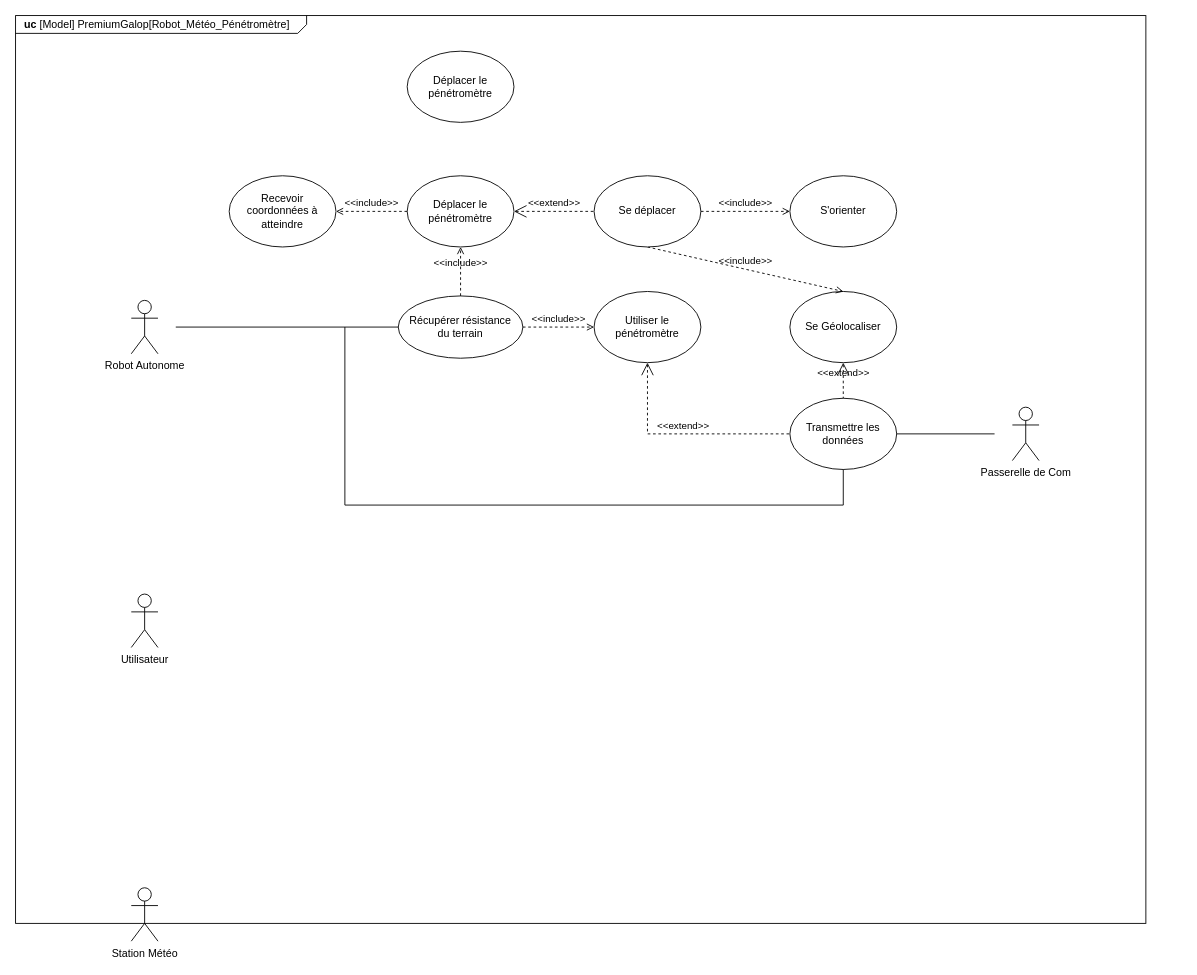
Before: SYSML/UseCaseRobot.drawio in ToGen49/Hippodrome, a draw.io diagram. Source tidied: cells renumbered, new cells numbered last; positions are measured from the earlier drawing's top-left corner, leaving out a move shared by most shapes. Both pictures are drawn from the tidied source at 89%, with x=0, y=0 at pixel (15, 15).
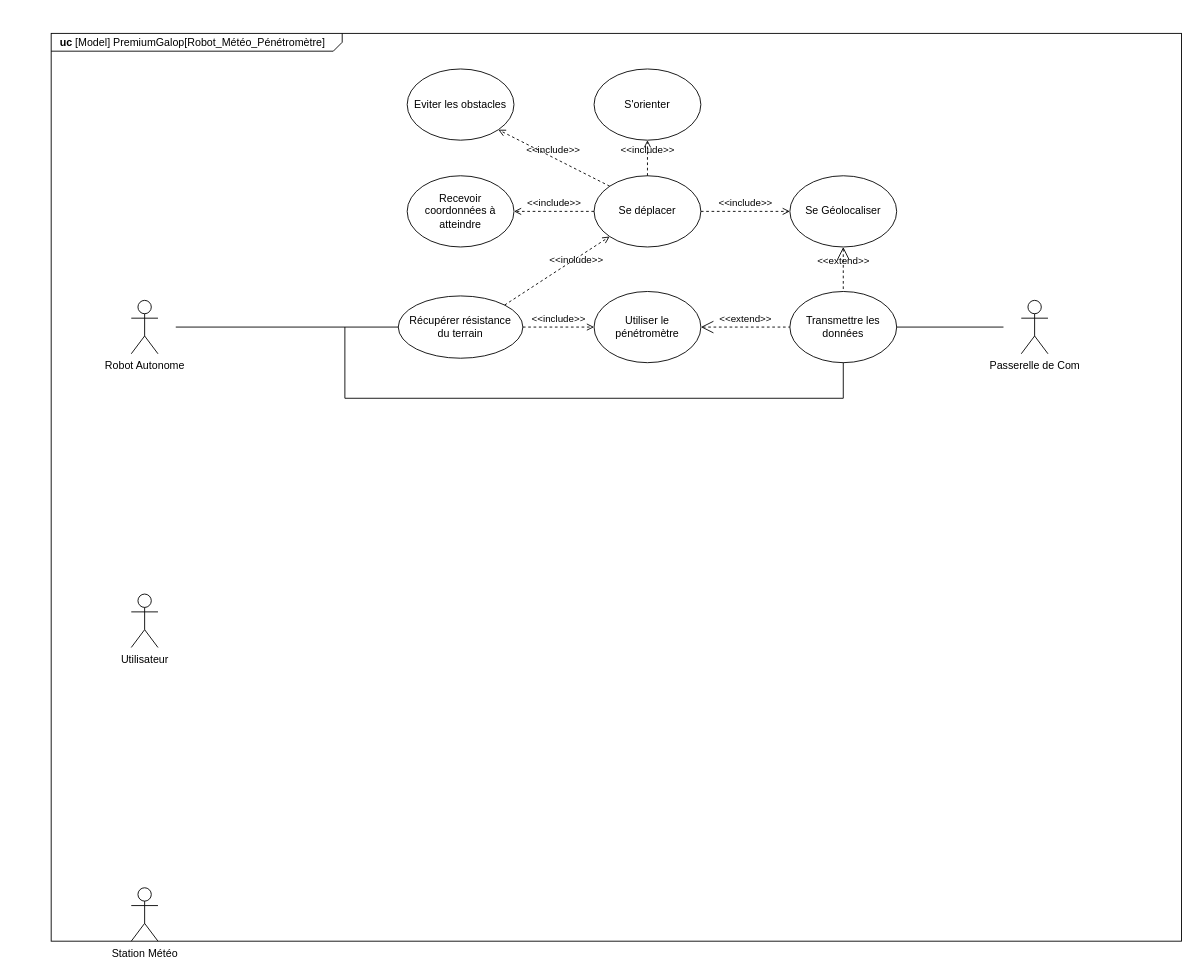
Above is the later version.

Commit message:
Mettre à jour UseCaseRobot.drawio

Unchanged cells that the change refers to:
```xml
<mxCell id="5" value="Récupérer résistance&lt;br&gt;du terrain" style="ellipse;whiteSpace=wrap;html=1;" parent="1" vertex="1">
  <mxGeometry x="430" y="315" width="140" height="70" as="geometry" />
</mxCell>
<mxCell id="13" value="Se déplacer" style="ellipse;whiteSpace=wrap;html=1;" parent="1" vertex="1">
  <mxGeometry x="650" y="180" width="120" height="80" as="geometry" />
</mxCell>
<mxCell id="20" value="Utiliser le pénétromètre" style="ellipse;whiteSpace=wrap;html=1;" parent="1" vertex="1">
  <mxGeometry x="650" y="310" width="120" height="80" as="geometry" />
</mxCell>
```

Change to the diagram source:
```diff
@@
     <mxCell id="2" value="&lt;p style=&quot;margin: 0px ; margin-top: 4px ; margin-left: 10px ; text-align: left&quot;&gt;&lt;b&gt;uc&lt;/b&gt;&amp;nbsp;[Model] PremiumGalop[Robot_Météo_Pénétromètre]&lt;/p&gt;" style="html=1;strokeWidth=1;shape=mxgraph.sysml.package;html=1;overflow=fill;whiteSpace=wrap;fillColor=none;gradientColor=none;fontSize=12;align=center;labelX=327.64;" parent="1" vertex="1">
-      <mxGeometry width="1270" height="1020" as="geometry" />
+      <mxGeometry x="40" y="20" width="1270" height="1020" as="geometry" />
     </mxCell>
@@
-    <mxCell id="8" value="Déplacer le pénétromètre" style="ellipse;whiteSpace=wrap;html=1;" parent="1" vertex="1">
-      <mxGeometry x="440" y="180" width="120" height="80" as="geometry" />
-    </mxCell>
-    <mxCell id="9" value="&amp;lt;&amp;lt;include&amp;gt;&amp;gt;" style="edgeStyle=none;html=1;endArrow=open;verticalAlign=bottom;dashed=1;labelBackgroundColor=none;rounded=0;exitX=0.5;exitY=0;exitDx=0;exitDy=0;entryX=0.5;entryY=1;entryDx=0;entryDy=0;" parent="1" edge="1" source="5" target="8">
-      <mxGeometry x="0.01" relative="1" as="geometry" />
+    <mxCell id="9" value="&amp;lt;&amp;lt;include&amp;gt;&amp;gt;" style="edgeStyle=none;html=1;endArrow=open;verticalAlign=bottom;dashed=1;labelBackgroundColor=none;rounded=0;exitX=1;exitY=0;exitDx=0;exitDy=0;entryX=0;entryY=1;entryDx=0;entryDy=0;" parent="1" edge="1" source="5" target="13">
+      <mxGeometry x="0.27" y="-10" relative="1" as="geometry" />
     </mxCell>
     <mxCell id="10" value="S'orienter" style="ellipse;whiteSpace=wrap;html=1;" parent="1" vertex="1">
-      <mxGeometry x="870" y="180" width="120" height="80" as="geometry" />
+      <mxGeometry x="650" y="60" width="120" height="80" as="geometry" />
     </mxCell>
     <mxCell id="11" value="Se Géolocaliser" style="ellipse;whiteSpace=wrap;html=1;" parent="1" vertex="1">
-      <mxGeometry x="870" y="310" width="120" height="80" as="geometry" />
+      <mxGeometry x="870" y="180" width="120" height="80" as="geometry" />
     </mxCell>
-    <mxCell id="12" value="&amp;lt;&amp;lt;include&amp;gt;&amp;gt;" style="edgeStyle=none;html=1;endArrow=open;verticalAlign=bottom;dashed=1;labelBackgroundColor=none;rounded=0;exitX=0.5;exitY=1;exitDx=0;exitDy=0;entryX=0.5;entryY=0;entryDx=0;entryDy=0;" parent="1" edge="1" source="13" target="11">
+    <mxCell id="12" value="&amp;lt;&amp;lt;include&amp;gt;&amp;gt;" style="edgeStyle=none;html=1;endArrow=open;verticalAlign=bottom;dashed=1;labelBackgroundColor=none;rounded=0;exitX=1;exitY=0.5;exitDx=0;exitDy=0;entryX=0;entryY=0.5;entryDx=0;entryDy=0;" parent="1" edge="1" source="13" target="11">
       <mxGeometry relative="1" as="geometry" />
     </mxCell>
@@
-    <mxCell id="14" value="&amp;lt;&amp;lt;extend&amp;gt;&amp;gt;" style="edgeStyle=none;html=1;startArrow=open;endArrow=none;startSize=12;verticalAlign=bottom;dashed=1;labelBackgroundColor=none;rounded=0;entryX=0;entryY=0.5;entryDx=0;entryDy=0;exitX=1;exitY=0.5;exitDx=0;exitDy=0;" parent="1" edge="1" source="8" target="13">
-      <mxGeometry relative="1" as="geometry" />
-    </mxCell>
     <mxCell id="15" value="Transmettre les données" style="ellipse;whiteSpace=wrap;html=1;" parent="1" vertex="1">
-      <mxGeometry x="870" y="430" width="120" height="80" as="geometry" />
+      <mxGeometry x="870" y="310" width="120" height="80" as="geometry" />
     </mxCell>
     <mxCell id="16" style="endArrow=none;html=1;rounded=0;exitX=0.5;exitY=1;exitDx=0;exitDy=0;" parent="1" edge="1" source="15">
       <mxGeometry relative="1" as="geometry">
         <mxPoint x="370" y="350" as="targetPoint" />
         <Array as="points">
-          <mxPoint x="930" y="550" />
-          <mxPoint x="370" y="550" />
+          <mxPoint x="930" y="430" />
+          <mxPoint x="370" y="430" />
         </Array>
       </mxGeometry>
     </mxCell>
     <mxCell id="17" value="Passerelle de Com" style="shape=umlActor;verticalLabelPosition=bottom;verticalAlign=top;html=1;" parent="1" vertex="1">
-      <mxGeometry x="1120" y="440" width="30" height="60" as="geometry" />
+      <mxGeometry x="1130" y="320" width="30" height="60" as="geometry" />
     </mxCell>
     <mxCell id="18" style="endArrow=none;html=1;rounded=0;exitX=1;exitY=0.5;exitDx=0;exitDy=0;" parent="1" edge="1" source="15">
       <mxGeometry relative="1" as="geometry">
-        <mxPoint x="1100" y="470" as="targetPoint" />
+        <mxPoint x="1110" y="350" as="targetPoint" />
       </mxGeometry>
     </mxCell>
@@
-    <mxCell id="21" value="&amp;lt;&amp;lt;extend&amp;gt;&amp;gt;" style="edgeStyle=none;html=1;startArrow=open;endArrow=none;startSize=12;verticalAlign=bottom;dashed=1;labelBackgroundColor=none;rounded=0;exitX=0.5;exitY=1;exitDx=0;exitDy=0;entryX=0;entryY=0.5;entryDx=0;entryDy=0;" parent="1" edge="1" source="20" target="15">
-      <mxGeometry relative="1" as="geometry">
-        <Array as="points">
-          <mxPoint x="710" y="470" />
-        </Array>
-      </mxGeometry>
+    <mxCell id="21" value="&amp;lt;&amp;lt;extend&amp;gt;&amp;gt;" style="edgeStyle=none;html=1;startArrow=open;endArrow=none;startSize=12;verticalAlign=bottom;dashed=1;labelBackgroundColor=none;rounded=0;exitX=1;exitY=0.5;exitDx=0;exitDy=0;entryX=0;entryY=0.5;entryDx=0;entryDy=0;" parent="1" edge="1" source="20" target="15">
+      <mxGeometry relative="1" as="geometry" />
     </mxCell>
@@
     <mxCell id="23" value="Recevoir coordonnées à atteindre" style="ellipse;whiteSpace=wrap;html=1;" parent="1" vertex="1">
-      <mxGeometry x="240" y="180" width="120" height="80" as="geometry" />
+      <mxGeometry x="440" y="180" width="120" height="80" as="geometry" />
     </mxCell>
-    <mxCell id="24" value="&amp;lt;&amp;lt;include&amp;gt;&amp;gt;" style="edgeStyle=none;html=1;endArrow=open;verticalAlign=bottom;dashed=1;labelBackgroundColor=none;rounded=0;exitX=0;exitY=0.5;exitDx=0;exitDy=0;entryX=1;entryY=0.5;entryDx=0;entryDy=0;" parent="1" edge="1" source="8" target="23">
+    <mxCell id="24" value="&amp;lt;&amp;lt;include&amp;gt;&amp;gt;" style="edgeStyle=none;html=1;endArrow=open;verticalAlign=bottom;dashed=1;labelBackgroundColor=none;rounded=0;exitX=0;exitY=0.5;exitDx=0;exitDy=0;entryX=1;entryY=0.5;entryDx=0;entryDy=0;" parent="1" edge="1" source="13" target="23">
       <mxGeometry x="0.01" relative="1" as="geometry" />
     </mxCell>
-    <mxCell id="25" value="&amp;lt;&amp;lt;include&amp;gt;&amp;gt;" style="edgeStyle=none;html=1;endArrow=open;verticalAlign=bottom;dashed=1;labelBackgroundColor=none;rounded=0;exitX=1;exitY=0.5;exitDx=0;exitDy=0;entryX=0;entryY=0.5;entryDx=0;entryDy=0;" parent="1" edge="1" source="13" target="10">
+    <mxCell id="25" value="&amp;lt;&amp;lt;include&amp;gt;&amp;gt;" style="edgeStyle=none;html=1;endArrow=open;verticalAlign=bottom;dashed=1;labelBackgroundColor=none;rounded=0;exitX=0.5;exitY=0;exitDx=0;exitDy=0;entryX=0.5;entryY=1;entryDx=0;entryDy=0;" parent="1" edge="1" source="13" target="10">
       <mxGeometry relative="1" as="geometry" />
     </mxCell>
-    <mxCell id="26" value="Déplacer le pénétromètre" style="ellipse;whiteSpace=wrap;html=1;" parent="1" vertex="1">
-      <mxGeometry x="440" y="40" width="120" height="80" as="geometry" />
+    <mxCell id="26" value="Eviter les obstacles" style="ellipse;whiteSpace=wrap;html=1;" parent="1" vertex="1">
+      <mxGeometry x="440" y="60" width="120" height="80" as="geometry" />
     </mxCell>
+    <mxCell id="27" value="&amp;lt;&amp;lt;include&amp;gt;&amp;gt;" style="edgeStyle=none;html=1;endArrow=open;verticalAlign=bottom;dashed=1;labelBackgroundColor=none;rounded=0;exitX=0;exitY=0;exitDx=0;exitDy=0;entryX=1;entryY=1;entryDx=0;entryDy=0;" parent="1" edge="1" source="13" target="26">
+      <mxGeometry x="0.01" relative="1" as="geometry" />
+    </mxCell>
```
